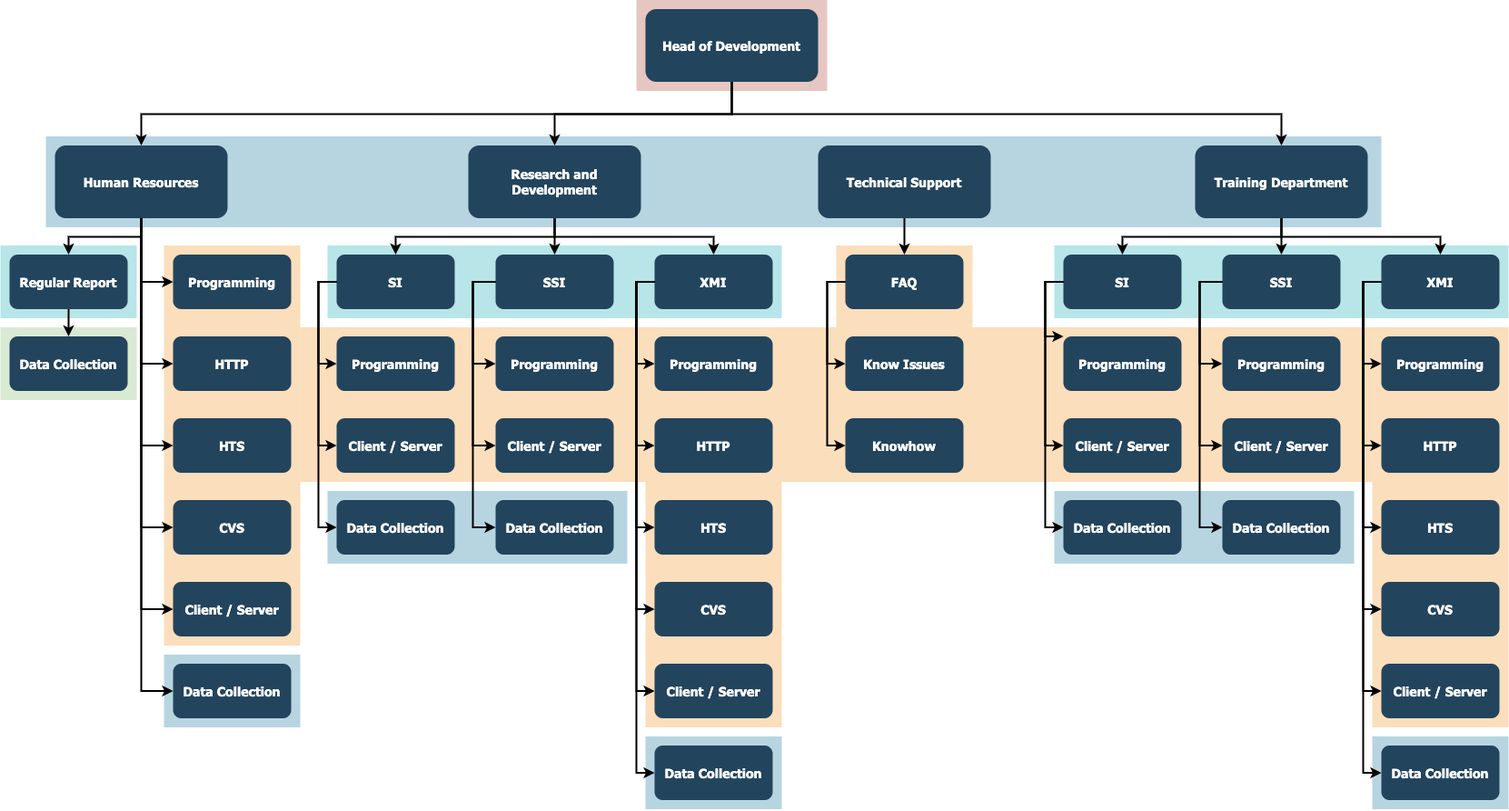
This is Diagramme sans nom.drawio.png from Appledean/MonDepotGit-, a draw.io export, as it was before one commit. Source tidied: cells renumbered, new cells last; positions are measured from the earlier drawing's top-left corner, leaving out a move shared by most shapes.
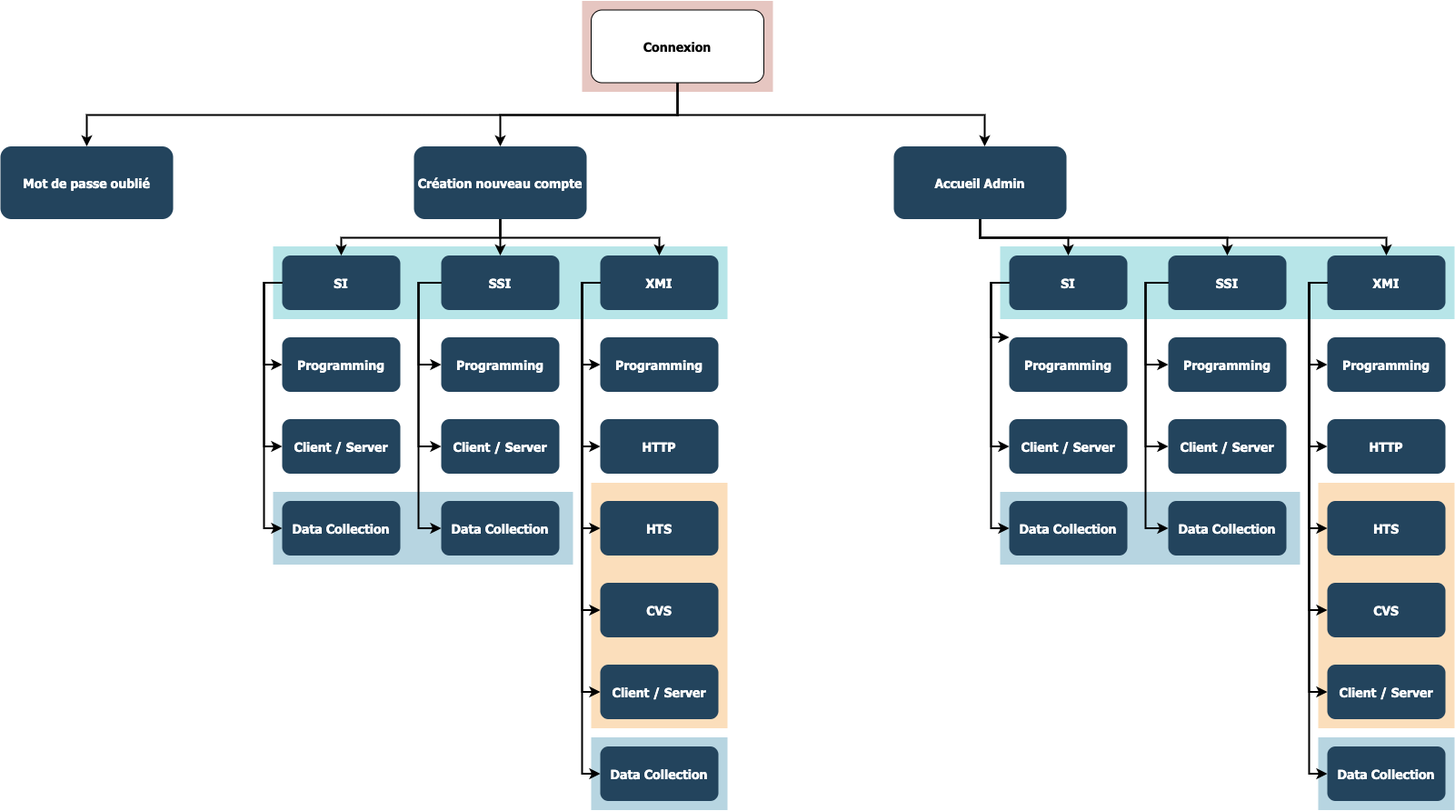
After the change.

Commit message:
Mettre à jour Diagramme sans nom.drawio.png

What changed in the source:
```diff
@@ -5,24 +5,12 @@
     <mxCell id="2" style="fillColor=#AE4132;strokeColor=none;opacity=30;" parent="1" vertex="1">
       <mxGeometry x="700" y="-0.5" width="210" height="100" as="geometry" />
     </mxCell>
-    <mxCell id="3" style="fillColor=#10739E;strokeColor=none;opacity=30;" parent="1" vertex="1">
-      <mxGeometry x="50" y="149.5" width="1470" height="100" as="geometry" />
-    </mxCell>
     <mxCell id="4" style="fillColor=#F2931E;strokeColor=none;opacity=30;" parent="1" vertex="1">
       <mxGeometry x="1510" y="529.5" width="150" height="270" as="geometry" />
     </mxCell>
-    <mxCell id="5" style="fillColor=#F2931E;strokeColor=none;opacity=30;" parent="1" vertex="1">
-      <mxGeometry x="920" y="269.5" width="150" height="90" as="geometry" />
-    </mxCell>
     <mxCell id="6" style="fillColor=#F2931E;strokeColor=none;opacity=30;" parent="1" vertex="1">
       <mxGeometry x="710" y="529.5" width="150" height="270" as="geometry" />
     </mxCell>
-    <mxCell id="7" style="fillColor=#F2931E;strokeColor=none;opacity=30;" parent="1" vertex="1">
-      <mxGeometry x="180" y="269.5" width="150" height="440" as="geometry" />
-    </mxCell>
-    <mxCell id="8" style="fillColor=#F2931E;strokeColor=none;opacity=30;" parent="1" vertex="1">
-      <mxGeometry x="330" y="359.5" width="1330" height="170" as="geometry" />
-    </mxCell>
     <mxCell id="9" style="fillColor=#10739E;strokeColor=none;opacity=30;" parent="1" vertex="1">
       <mxGeometry x="1510" y="809.5" width="150" height="80" as="geometry" />
     </mxCell>
@@ -35,63 +23,31 @@
     <mxCell id="12" style="fillColor=#10739E;strokeColor=none;opacity=30;" parent="1" vertex="1">
       <mxGeometry x="360" y="539.5" width="330" height="80" as="geometry" />
     </mxCell>
-    <mxCell id="13" style="fillColor=#10739E;strokeColor=none;opacity=30;" parent="1" vertex="1">
-      <mxGeometry x="180" y="719.5" width="150" height="80" as="geometry" />
-    </mxCell>
-    <mxCell id="14" style="fillColor=#D9EAD3;strokeColor=none;" parent="1" vertex="1">
-      <mxGeometry y="359.5" width="150" height="80" as="geometry" />
-    </mxCell>
     <mxCell id="15" style="fillColor=#12AAB5;strokeColor=none;opacity=30;" parent="1" vertex="1">
       <mxGeometry x="1160" y="269.5" width="500" height="80" as="geometry" />
     </mxCell>
     <mxCell id="16" style="fillColor=#12AAB5;strokeColor=none;opacity=30;" parent="1" vertex="1">
       <mxGeometry x="360" y="269.5" width="500" height="80" as="geometry" />
     </mxCell>
-    <mxCell id="17" style="fillColor=#12AAB5;strokeColor=none;opacity=30;" parent="1" vertex="1">
-      <mxGeometry y="269.5" width="150" height="80" as="geometry" />
-    </mxCell>
-    <mxCell id="18" value="Head of Development" style="rounded=1;fillColor=#23445D;gradientColor=none;strokeColor=none;fontColor=#FFFFFF;fontStyle=1;fontFamily=Tahoma;fontSize=14;" parent="1" vertex="1">
+    <mxCell id="18" value="Connexion" style="rounded=1;fontStyle=1;fontFamily=Tahoma;fontSize=14;" parent="1" vertex="1">
       <mxGeometry x="710" y="9.5" width="190" height="80" as="geometry" />
     </mxCell>
-    <mxCell id="19" value="Training Department" style="rounded=1;fillColor=#23445D;gradientColor=none;strokeColor=none;fontColor=#FFFFFF;fontStyle=1;fontFamily=Tahoma;fontSize=14;" parent="1" vertex="1">
-      <mxGeometry x="1315" y="159.5" width="190" height="80" as="geometry" />
+    <mxCell id="19" value="Accueil Admin" style="rounded=1;fillColor=#23445D;gradientColor=none;strokeColor=none;fontColor=#FFFFFF;fontStyle=1;fontFamily=Tahoma;fontSize=14;" parent="1" vertex="1">
+      <mxGeometry x="1043" y="159.5" width="190" height="80" as="geometry" />
     </mxCell>
     <mxCell id="20" style="edgeStyle=elbowEdgeStyle;elbow=vertical;strokeWidth=2;rounded=0;" parent="1" edge="1" source="18" target="19">
-      <mxGeometry x="337" y="215.5" as="geometry" />
+      <mxGeometry x="337" y="215.5" as="geometry">
+        <Array as="points">
+          <mxPoint x="1143" y="125" />
+        </Array>
+      </mxGeometry>
     </mxCell>
-    <mxCell id="21" value="Technical Support" style="rounded=1;fillColor=#23445D;gradientColor=none;strokeColor=none;fontColor=#FFFFFF;fontStyle=1;fontFamily=Tahoma;fontSize=14;" parent="1" vertex="1">
-      <mxGeometry x="900" y="159.5" width="190" height="80" as="geometry" />
-    </mxCell>
-    <mxCell id="22" value="Research and &#10;Development" style="rounded=1;fillColor=#23445D;gradientColor=none;strokeColor=none;fontColor=#FFFFFF;fontStyle=1;fontFamily=Tahoma;fontSize=14;" parent="1" vertex="1">
+    <mxCell id="22" value="Création nouveau compte" style="rounded=1;fillColor=#23445D;gradientColor=none;strokeColor=none;fontColor=#FFFFFF;fontStyle=1;fontFamily=Tahoma;fontSize=14;" parent="1" vertex="1">
       <mxGeometry x="515" y="159.5" width="190" height="80" as="geometry" />
     </mxCell>
-    <mxCell id="23" value="Human Resources" style="rounded=1;fillColor=#23445D;gradientColor=none;strokeColor=none;fontColor=#FFFFFF;fontStyle=1;fontFamily=Tahoma;fontSize=14;" parent="1" vertex="1">
+    <mxCell id="23" value="Mot de passe oublié" style="rounded=1;fillColor=#23445D;gradientColor=none;strokeColor=none;fontColor=#FFFFFF;fontStyle=1;fontFamily=Tahoma;fontSize=14;" parent="1" vertex="1">
       <mxGeometry x="60" y="159.5" width="190" height="80" as="geometry" />
     </mxCell>
-    <mxCell id="24" value="Regular Report" style="rounded=1;fillColor=#23445D;gradientColor=none;strokeColor=none;fontColor=#FFFFFF;fontStyle=1;fontFamily=Tahoma;fontSize=14;" parent="1" vertex="1">
-      <mxGeometry x="10" y="279.5" width="130" height="60" as="geometry" />
-    </mxCell>
-    <mxCell id="25" value="Data Collection" style="rounded=1;fillColor=#23445D;gradientColor=none;strokeColor=none;fontColor=#FFFFFF;fontStyle=1;fontFamily=Tahoma;fontSize=14;" parent="1" vertex="1">
-      <mxGeometry x="10" y="369.5" width="130" height="60" as="geometry" />
-    </mxCell>
-    <mxCell id="26" value="Programming" style="rounded=1;fillColor=#23445D;gradientColor=none;strokeColor=none;fontColor=#FFFFFF;fontStyle=1;fontFamily=Tahoma;fontSize=14;" parent="1" vertex="1">
-      <mxGeometry x="190" y="279.5" width="130" height="60" as="geometry" />
-    </mxCell>
-    <mxCell id="27" value="HTTP" style="rounded=1;fillColor=#23445D;gradientColor=none;strokeColor=none;fontColor=#FFFFFF;fontStyle=1;fontFamily=Tahoma;fontSize=14;" parent="1" vertex="1">
-      <mxGeometry x="190" y="369.5" width="130" height="60" as="geometry" />
-    </mxCell>
-    <mxCell id="28" value="HTS" style="rounded=1;fillColor=#23445D;gradientColor=none;strokeColor=none;fontColor=#FFFFFF;fontStyle=1;fontFamily=Tahoma;fontSize=14;" parent="1" vertex="1">
-      <mxGeometry x="190" y="459.5" width="130" height="60" as="geometry" />
-    </mxCell>
-    <mxCell id="29" value="CVS" style="rounded=1;fillColor=#23445D;gradientColor=none;strokeColor=none;fontColor=#FFFFFF;fontStyle=1;fontFamily=Tahoma;fontSize=14;" parent="1" vertex="1">
-      <mxGeometry x="190" y="549.5" width="130" height="60" as="geometry" />
-    </mxCell>
-    <mxCell id="30" value="Client / Server" style="rounded=1;fillColor=#23445D;gradientColor=none;strokeColor=none;fontColor=#FFFFFF;fontStyle=1;fontFamily=Tahoma;fontSize=14;" parent="1" vertex="1">
-      <mxGeometry x="190" y="639.5" width="130" height="60" as="geometry" />
-    </mxCell>
-    <mxCell id="31" value="Data Collection" style="rounded=1;fillColor=#23445D;gradientColor=none;strokeColor=none;fontColor=#FFFFFF;fontStyle=1;fontFamily=Tahoma;fontSize=14;" parent="1" vertex="1">
-      <mxGeometry x="190" y="729.5" width="130" height="60" as="geometry" />
-    </mxCell>
     <mxCell id="32" value="SI" style="rounded=1;fillColor=#23445D;gradientColor=none;strokeColor=none;fontColor=#FFFFFF;fontStyle=1;fontFamily=Tahoma;fontSize=14;" parent="1" vertex="1">
       <mxGeometry x="370" y="279.5" width="130" height="60" as="geometry" />
     </mxCell>
@@ -137,15 +93,6 @@
     <mxCell id="46" value="Data Collection" style="rounded=1;fillColor=#23445D;gradientColor=none;strokeColor=none;fontColor=#FFFFFF;fontStyle=1;fontFamily=Tahoma;fontSize=14;" parent="1" vertex="1">
       <mxGeometry x="720" y="819.5" width="130" height="60" as="geometry" />
     </mxCell>
-    <mxCell id="47" value="FAQ" style="rounded=1;fillColor=#23445D;gradientColor=none;strokeColor=none;fontColor=#FFFFFF;fontStyle=1;fontFamily=Tahoma;fontSize=14;" parent="1" vertex="1">
-      <mxGeometry x="930" y="279.5" width="130" height="60" as="geometry" />
-    </mxCell>
-    <mxCell id="48" value="Know Issues" style="rounded=1;fillColor=#23445D;gradientColor=none;strokeColor=none;fontColor=#FFFFFF;fontStyle=1;fontFamily=Tahoma;fontSize=14;" parent="1" vertex="1">
-      <mxGeometry x="930" y="369.5" width="130" height="60" as="geometry" />
-    </mxCell>
-    <mxCell id="49" value="Knowhow" style="rounded=1;fillColor=#23445D;gradientColor=none;strokeColor=none;fontColor=#FFFFFF;fontStyle=1;fontFamily=Tahoma;fontSize=14;" parent="1" vertex="1">
-      <mxGeometry x="930" y="459.5" width="130" height="60" as="geometry" />
-    </mxCell>
     <mxCell id="50" value="SI" style="rounded=1;fillColor=#23445D;gradientColor=none;strokeColor=none;fontColor=#FFFFFF;fontStyle=1;fontFamily=Tahoma;fontSize=14;" parent="1" vertex="1">
       <mxGeometry x="1170" y="279.5" width="130" height="60" as="geometry" />
     </mxCell>
@@ -197,51 +144,6 @@
     <mxCell id="66" style="edgeStyle=elbowEdgeStyle;elbow=vertical;strokeWidth=2;rounded=0;" parent="1" edge="1" source="18" target="23">
       <mxGeometry x="-23" y="135.5" as="geometry" />
     </mxCell>
-    <mxCell id="67" style="edgeStyle=elbowEdgeStyle;elbow=vertical;strokeWidth=2;rounded=0;" parent="1" edge="1" source="23" target="24">
-      <mxGeometry x="-23" y="135.5" as="geometry" />
-    </mxCell>
-    <mxCell id="68" style="edgeStyle=elbowEdgeStyle;elbow=horizontal;strokeWidth=2;rounded=0;" parent="1" edge="1" source="23" target="26">
-      <mxGeometry x="-23" y="135.5" as="geometry">
-        <Array as="points">
-          <mxPoint x="155" y="259.5" />
-        </Array>
-      </mxGeometry>
-    </mxCell>
-    <mxCell id="69" style="edgeStyle=elbowEdgeStyle;elbow=horizontal;strokeWidth=2;rounded=0;" parent="1" edge="1" source="23" target="27">
-      <mxGeometry x="-23" y="135.5" as="geometry">
-        <Array as="points">
-          <mxPoint x="155" y="299.5" />
-        </Array>
-      </mxGeometry>
-    </mxCell>
-    <mxCell id="70" style="edgeStyle=elbowEdgeStyle;elbow=horizontal;strokeWidth=2;rounded=0;" parent="1" edge="1" source="23" target="28">
-      <mxGeometry x="-23" y="135.5" as="geometry">
-        <Array as="points">
-          <mxPoint x="155" y="349.5" />
-        </Array>
-      </mxGeometry>
-    </mxCell>
-    <mxCell id="71" style="edgeStyle=elbowEdgeStyle;elbow=horizontal;strokeWidth=2;rounded=0;" parent="1" edge="1" source="23" target="29">
-      <mxGeometry x="-23" y="135.5" as="geometry">
-        <Array as="points">
-          <mxPoint x="155" y="399.5" />
-        </Array>
-      </mxGeometry>
-    </mxCell>
-    <mxCell id="72" style="edgeStyle=elbowEdgeStyle;elbow=horizontal;strokeWidth=2;rounded=0;" parent="1" edge="1" source="23" target="30">
-      <mxGeometry x="-23" y="135.5" as="geometry">
-        <Array as="points">
-          <mxPoint x="155" y="439.5" />
-        </Array>
-      </mxGeometry>
-    </mxCell>
-    <mxCell id="73" style="edgeStyle=elbowEdgeStyle;elbow=horizontal;strokeWidth=2;rounded=0;" parent="1" edge="1" source="23" target="31">
-      <mxGeometry x="-23" y="135.5" as="geometry">
-        <Array as="points">
-          <mxPoint x="155" y="489.5" />
-        </Array>
-      </mxGeometry>
-    </mxCell>
     <mxCell id="74" style="edgeStyle=elbowEdgeStyle;elbow=horizontal;strokeWidth=2;rounded=0;" parent="1" edge="1" source="32" target="33">
       <mxGeometry x="-23" y="135.5" as="geometry">
         <Array as="points">
@@ -326,20 +228,6 @@
         </Array>
       </mxGeometry>
     </mxCell>
-    <mxCell id="86" style="edgeStyle=elbowEdgeStyle;elbow=horizontal;strokeWidth=2;rounded=0;" parent="1" edge="1" source="47" target="48">
-      <mxGeometry x="-23" y="135.5" as="geometry">
-        <Array as="points">
-          <mxPoint x="910" y="359.5" />
-        </Array>
-      </mxGeometry>
-    </mxCell>
-    <mxCell id="87" style="edgeStyle=elbowEdgeStyle;elbow=horizontal;strokeWidth=2;rounded=0;" parent="1" edge="1" source="47" target="49">
-      <mxGeometry x="-23" y="135.5" as="geometry">
-        <Array as="points">
-          <mxPoint x="910" y="409.5" />
-        </Array>
-      </mxGeometry>
-    </mxCell>
     <mxCell id="88" style="edgeStyle=elbowEdgeStyle;elbow=horizontal;strokeWidth=2;rounded=0;" parent="1" edge="1" source="50" target="51">
       <mxGeometry x="-23" y="135.5" as="geometry">
         <Array as="points">
@@ -433,9 +321,6 @@
     <mxCell id="102" style="edgeStyle=elbowEdgeStyle;elbow=vertical;strokeWidth=2;rounded=0;" parent="1" edge="1" source="22" target="40">
       <mxGeometry x="-23" y="135.5" as="geometry" />
     </mxCell>
-    <mxCell id="103" style="edgeStyle=elbowEdgeStyle;elbow=vertical;strokeWidth=2;rounded=0;" parent="1" edge="1" source="21" target="47">
-      <mxGeometry x="-23" y="135.5" as="geometry" />
-    </mxCell>
     <mxCell id="104" style="edgeStyle=elbowEdgeStyle;elbow=vertical;strokeWidth=2;rounded=0;" parent="1" edge="1" source="19" target="54">
       <mxGeometry x="-23" y="135.5" as="geometry" />
     </mxCell>
@@ -445,8 +330,5 @@
     <mxCell id="106" style="edgeStyle=elbowEdgeStyle;elbow=vertical;strokeWidth=2;rounded=0;" parent="1" edge="1" source="19" target="58">
       <mxGeometry x="-23" y="135.5" as="geometry" />
     </mxCell>
-    <mxCell id="107" style="edgeStyle=elbowEdgeStyle;elbow=vertical;rounded=0;strokeWidth=2;" parent="1" edge="1" source="24" target="25">
-      <mxGeometry x="-23" y="135.5" as="geometry" />
-    </mxCell>
   </root>
 </mxGraphModel>
```
